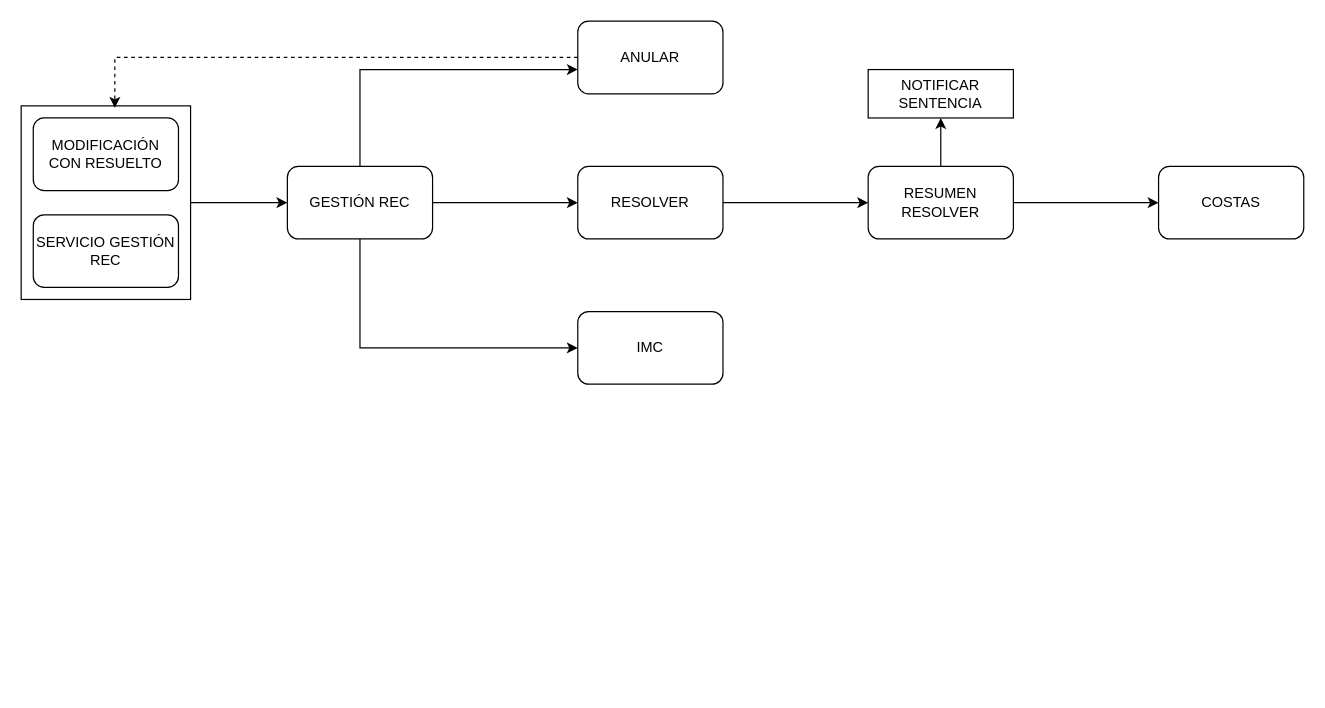
The draw.io diagram page "REC" (4 of 7) of mierdas.drawio in rlop666/diagramas, before the edit. Source tidied: cells renumbered, new cells numbered last; positions are measured from the earlier drawing's top-left corner, leaving out a move shared by most shapes. Both pictures are drawn from the tidied source at 121%, with x=0, y=0 at pixel (21, 21).
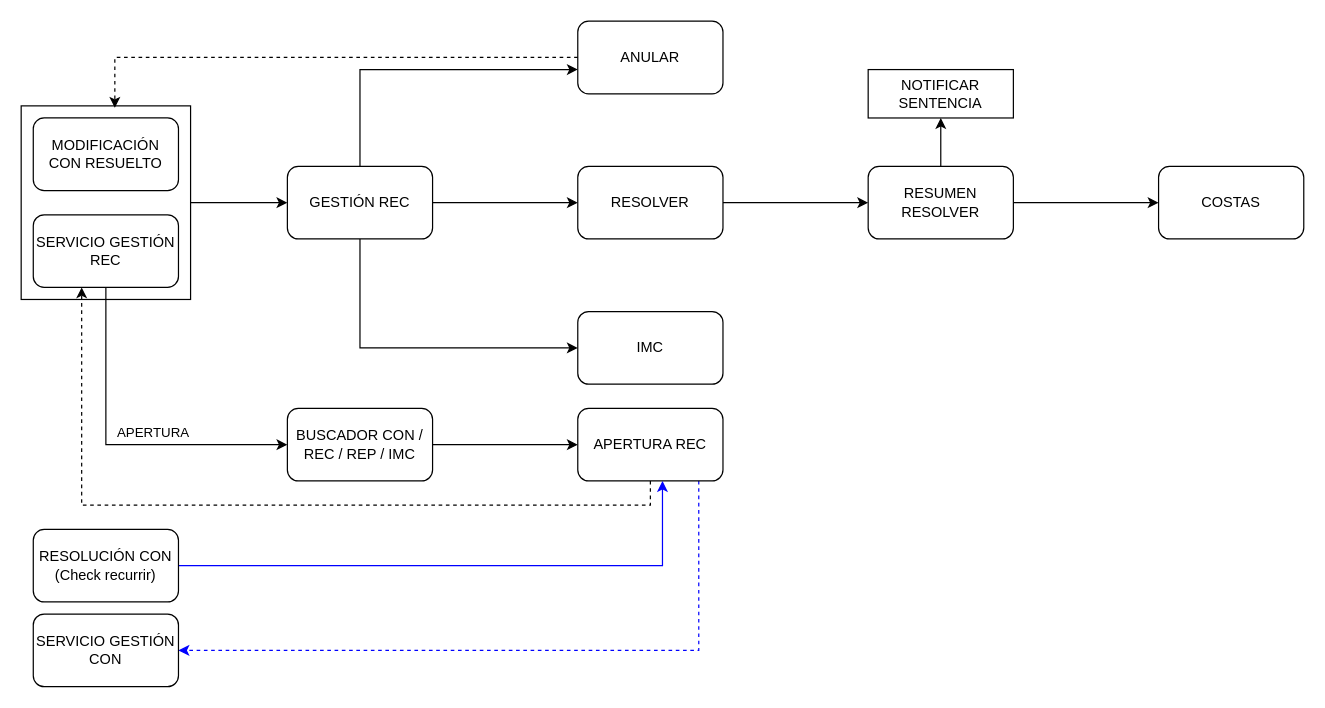
After the change.

The change refers to these unchanged cells:
```xml
<mxCell id="17" value="SERVICIO GESTIÓN REC" style="rounded=1;whiteSpace=wrap;html=1;" parent="1" vertex="1">
  <mxGeometry x="10" y="160" width="120" height="60" as="geometry" />
</mxCell>
```

Diff of the diagram source:
```diff
@@
+    <mxCell id="20" value="APERTURA" style="edgeStyle=orthogonalEdgeStyle;rounded=0;jettySize=auto;html=1;" parent="1" edge="1" source="17" target="22">
+      <mxGeometry x="0.21" y="10" relative="1" as="geometry">
+        <Array as="points">
+          <mxPoint x="70" y="350" />
+        </Array>
+      </mxGeometry>
+    </mxCell>
+    <mxCell id="21" style="edgeStyle=orthogonalEdgeStyle;rounded=0;jettySize=auto;html=1;" parent="1" edge="1" source="22" target="25">
+      <mxGeometry relative="1" as="geometry" />
+    </mxCell>
+    <mxCell id="22" value="BUSCADOR CON / REC / REP / IMC" style="rounded=1;whiteSpace=wrap;html=1;" parent="1" vertex="1">
+      <mxGeometry x="220" y="320" width="120" height="60" as="geometry" />
+    </mxCell>
+    <mxCell id="23" style="edgeStyle=orthogonalEdgeStyle;rounded=0;jettySize=auto;html=1;dashed=1;" parent="1" edge="1" source="25" target="17">
+      <mxGeometry relative="1" as="geometry">
+        <Array as="points">
+          <mxPoint x="520" y="400" />
+          <mxPoint x="50" y="400" />
+        </Array>
+      </mxGeometry>
+    </mxCell>
+    <mxCell id="24" style="edgeStyle=orthogonalEdgeStyle;rounded=0;jettySize=auto;html=1;dashed=1;strokeColor=#0000FF;" parent="1" edge="1" source="25" target="28">
+      <mxGeometry relative="1" as="geometry">
+        <Array as="points">
+          <mxPoint x="560" y="520" />
+        </Array>
+      </mxGeometry>
+    </mxCell>
+    <mxCell id="25" value="APERTURA REC" style="rounded=1;whiteSpace=wrap;html=1;" parent="1" vertex="1">
+      <mxGeometry x="460" y="320" width="120" height="60" as="geometry" />
+    </mxCell>
+    <mxCell id="26" style="edgeStyle=orthogonalEdgeStyle;rounded=0;jettySize=auto;html=1;strokeColor=#0000FF;" parent="1" edge="1" source="27" target="25">
+      <mxGeometry relative="1" as="geometry">
+        <Array as="points">
+          <mxPoint x="530" y="450" />
+        </Array>
+      </mxGeometry>
+    </mxCell>
+    <mxCell id="27" value="RESOLUCIÓN CON (Check recurrir)" style="rounded=1;whiteSpace=wrap;html=1;" parent="1" vertex="1">
+      <mxGeometry x="10" y="420" width="120" height="60" as="geometry" />
+    </mxCell>
+    <mxCell id="28" value="SERVICIO GESTIÓN CON" style="rounded=1;whiteSpace=wrap;html=1;" parent="1" vertex="1">
+      <mxGeometry x="10" y="490" width="120" height="60" as="geometry" />
+    </mxCell>
```
